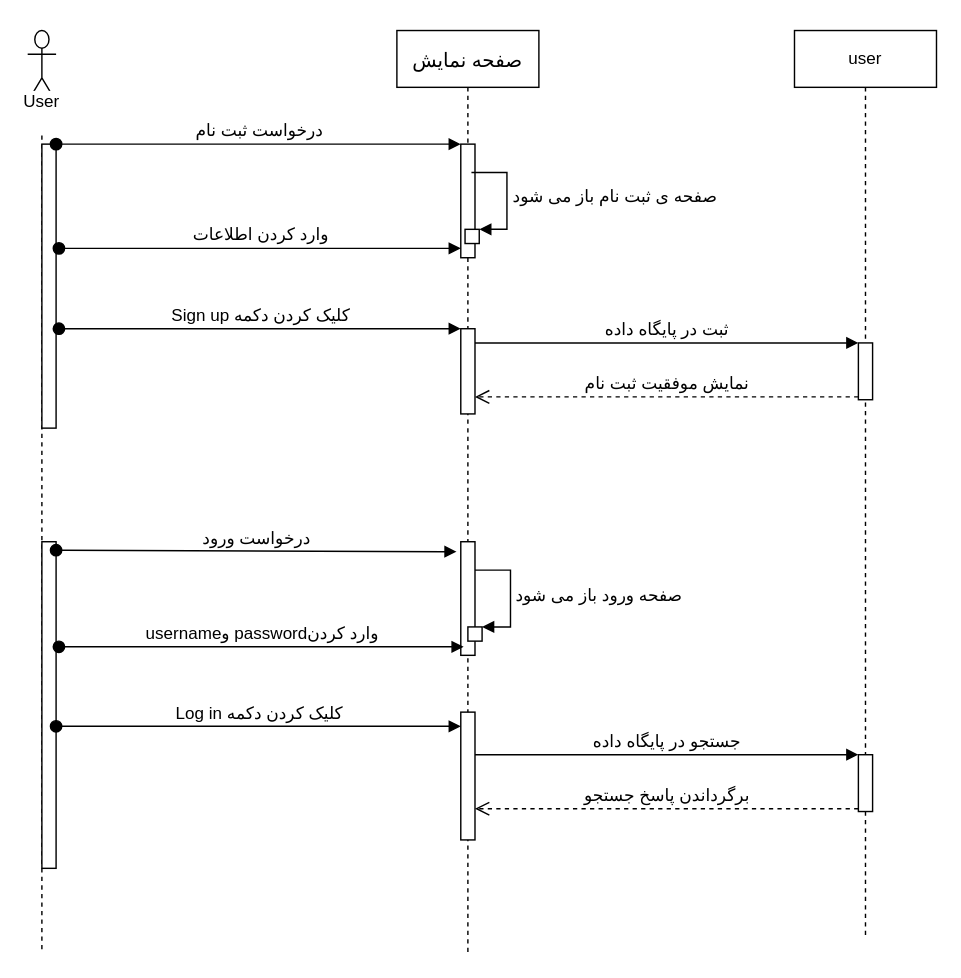
ShadiMe-flutter/Workout keeps this draw.io diagram as Docs./SeqDiagram-Auth.drawio. Above is the earlier version. Source tidied: cells renumbered, new cells numbered last; positions are measured from the earlier drawing's top-left corner, leaving out a move shared by most shapes. Both pictures are drawn from the tidied source at 142%, with x=0, y=0 at pixel (27, 30).
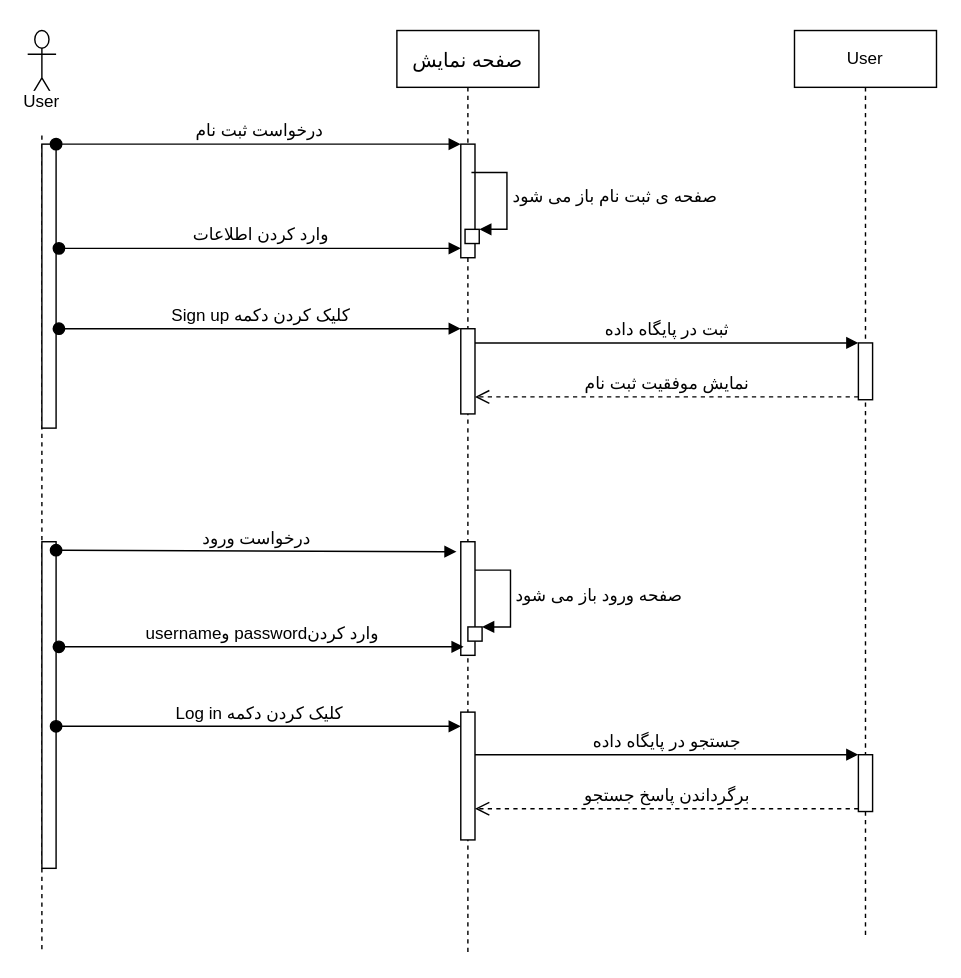
Above is the later version.

The edit, as a diff of the source:
```diff
@@
-    <mxCell id="11" value="user" style="shape=umlLifeline;perimeter=lifelinePerimeter;whiteSpace=wrap;html=1;" parent="1" vertex="1">
+    <mxCell id="11" value="User" style="shape=umlLifeline;perimeter=lifelinePerimeter;whiteSpace=wrap;html=1;" parent="1" vertex="1">
       <mxGeometry x="540" width="100" height="640" as="geometry" />
     </mxCell>
```
